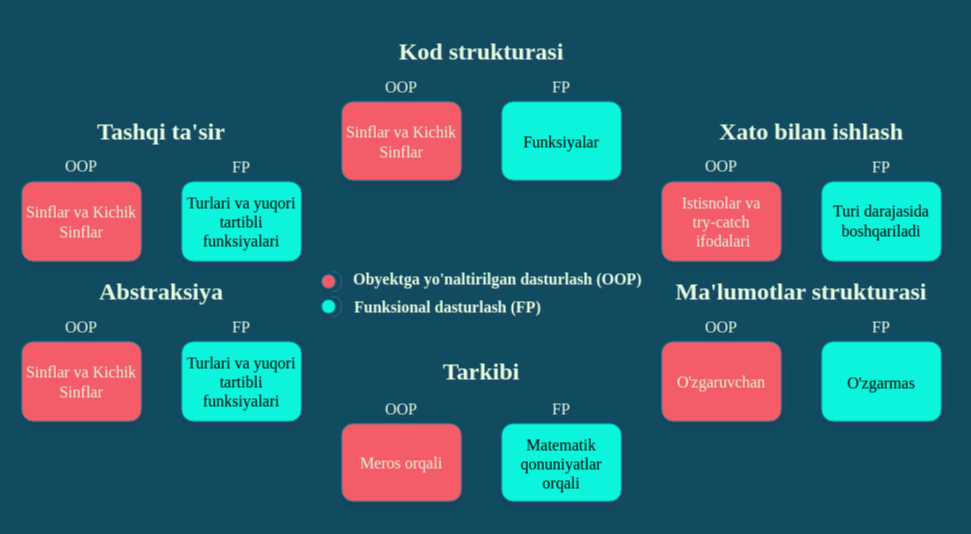
Before: Untitled Diagram.drawio in behruz-b/timetable, a draw.io diagram. Source tidied: cells renumbered, new cells numbered last; positions are measured from the earlier drawing's top-left corner, leaving out a move shared by most shapes. Both pictures are drawn from the tidied source at 100%, with x=0, y=0 at pixel (21, 21).
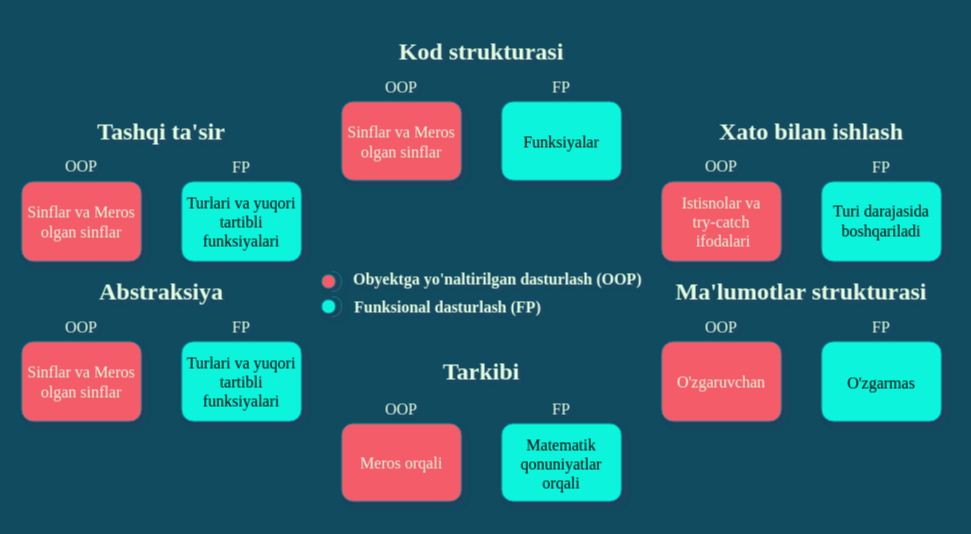
After the change.

The edit, as a diff of the source:
```diff
@@
-    <mxCell id="36" value="Sinflar va Kichik Sinflar" style="text;html=1;strokeColor=none;fillColor=none;align=center;verticalAlign=middle;whiteSpace=wrap;rounded=0;shadow=1;fontFamily=Times New Roman;fontSize=16;fontColor=#E4FDE1;" parent="1" vertex="1">
+    <mxCell id="36" value="Sinflar va Meros olgan sinflar" style="text;html=1;strokeColor=none;fillColor=none;align=center;verticalAlign=middle;whiteSpace=wrap;rounded=0;shadow=1;fontFamily=Times New Roman;fontSize=16;fontColor=#E4FDE1;" parent="1" vertex="1">
       <mxGeometry y="159" width="120" height="81" as="geometry" />
     </mxCell>
-    <mxCell id="37" value="Sinflar va Kichik Sinflar" style="text;html=1;strokeColor=none;fillColor=none;align=center;verticalAlign=middle;whiteSpace=wrap;rounded=0;shadow=1;fontFamily=Times New Roman;fontSize=16;fontColor=#E4FDE1;" parent="1" vertex="1">
+    <mxCell id="37" value="Sinflar va Meros olgan sinflar" style="text;html=1;strokeColor=none;fillColor=none;align=center;verticalAlign=middle;whiteSpace=wrap;rounded=0;shadow=1;fontFamily=Times New Roman;fontSize=16;fontColor=#E4FDE1;" parent="1" vertex="1">
       <mxGeometry y="320" width="120" height="80" as="geometry" />
     </mxCell>
-    <mxCell id="38" value="Sinflar va Kichik Sinflar" style="text;html=1;strokeColor=none;fillColor=none;align=center;verticalAlign=middle;whiteSpace=wrap;rounded=0;shadow=1;fontFamily=Times New Roman;fontSize=16;fontColor=#E4FDE1;" parent="1" vertex="1">
+    <mxCell id="38" value="Sinflar va Meros olgan sinflar" style="text;html=1;strokeColor=none;fillColor=none;align=center;verticalAlign=middle;whiteSpace=wrap;rounded=0;shadow=1;fontFamily=Times New Roman;fontSize=16;fontColor=#E4FDE1;" parent="1" vertex="1">
       <mxGeometry x="320" y="80" width="120" height="80" as="geometry" />
     </mxCell>
```
